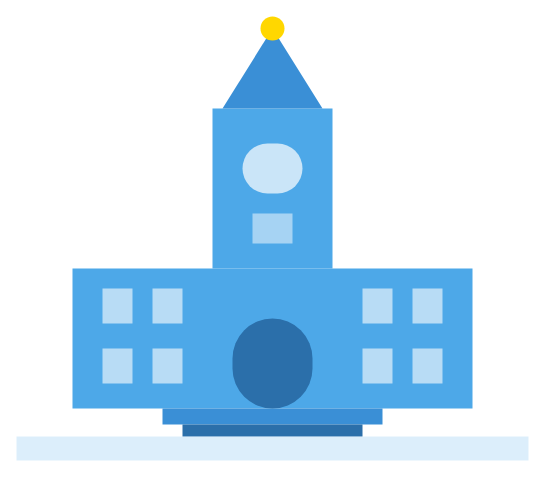
This is docs/pictures/logo/ico-design.drawio from Qintsg/SSPU-all-in-one, a draw.io file, before an edit. Source tidied: cells renumbered, new cells numbered last; positions are measured from the earlier drawing's top-left corner, leaving out a move shared by most shapes. Both pictures are drawn from the tidied source at 100%, with x=0, y=0 at pixel (16, 16).
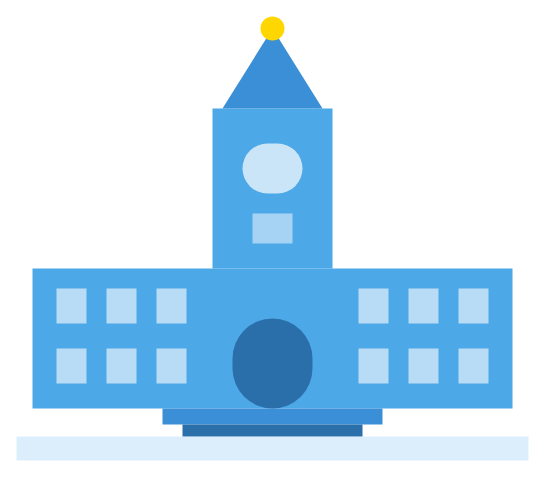
Above is the later version.

Diff of the diagram source:
```diff
@@
     <mxCell id="2" style="rounded=0;whiteSpace=wrap;html=1;fillColor=#4DA8E8;strokeColor=none;shadow=0;" parent="1" vertex="1">
-      <mxGeometry x="56" y="252" width="400" height="140" as="geometry" />
+      <mxGeometry x="16" y="252" width="480" height="140" as="geometry" />
     </mxCell>
@@
     <mxCell id="6" style="rounded=0;whiteSpace=wrap;html=1;fillColor=#FFFFFF;strokeColor=none;opacity=60;" parent="1" vertex="1">
-      <mxGeometry x="86" y="272" width="30" height="35" as="geometry" />
+      <mxGeometry x="40" y="272" width="30" height="35" as="geometry" />
     </mxCell>
     <mxCell id="7" style="rounded=0;whiteSpace=wrap;html=1;fillColor=#FFFFFF;strokeColor=none;opacity=60;" parent="1" vertex="1">
-      <mxGeometry x="136" y="272" width="30" height="35" as="geometry" />
+      <mxGeometry x="90" y="272" width="30" height="35" as="geometry" />
     </mxCell>
+    <mxCell id="20" style="rounded=0;whiteSpace=wrap;html=1;fillColor=#FFFFFF;strokeColor=none;opacity=60;" parent="1" vertex="1">
+      <mxGeometry x="140" y="272" width="30" height="35" as="geometry" />
+    </mxCell>
     <mxCell id="8" style="rounded=0;whiteSpace=wrap;html=1;fillColor=#FFFFFF;strokeColor=none;opacity=60;" parent="1" vertex="1">
-      <mxGeometry x="346" y="272" width="30" height="35" as="geometry" />
+      <mxGeometry x="342" y="272" width="30" height="35" as="geometry" />
     </mxCell>
     <mxCell id="9" style="rounded=0;whiteSpace=wrap;html=1;fillColor=#FFFFFF;strokeColor=none;opacity=60;" parent="1" vertex="1">
-      <mxGeometry x="396" y="272" width="30" height="35" as="geometry" />
+      <mxGeometry x="392" y="272" width="30" height="35" as="geometry" />
     </mxCell>
+    <mxCell id="21" style="rounded=0;whiteSpace=wrap;html=1;fillColor=#FFFFFF;strokeColor=none;opacity=60;" parent="1" vertex="1">
+      <mxGeometry x="442" y="272" width="30" height="35" as="geometry" />
+    </mxCell>
     <mxCell id="10" style="rounded=0;whiteSpace=wrap;html=1;fillColor=#FFFFFF;strokeColor=none;opacity=60;" parent="1" vertex="1">
-      <mxGeometry x="86" y="332" width="30" height="35" as="geometry" />
+      <mxGeometry x="40" y="332" width="30" height="35" as="geometry" />
     </mxCell>
     <mxCell id="11" style="rounded=0;whiteSpace=wrap;html=1;fillColor=#FFFFFF;strokeColor=none;opacity=60;" parent="1" vertex="1">
-      <mxGeometry x="136" y="332" width="30" height="35" as="geometry" />
+      <mxGeometry x="90" y="332" width="30" height="35" as="geometry" />
     </mxCell>
+    <mxCell id="22" style="rounded=0;whiteSpace=wrap;html=1;fillColor=#FFFFFF;strokeColor=none;opacity=60;" parent="1" vertex="1">
+      <mxGeometry x="140" y="332" width="30" height="35" as="geometry" />
+    </mxCell>
     <mxCell id="12" style="rounded=0;whiteSpace=wrap;html=1;fillColor=#FFFFFF;strokeColor=none;opacity=60;" parent="1" vertex="1">
-      <mxGeometry x="346" y="332" width="30" height="35" as="geometry" />
+      <mxGeometry x="342" y="332" width="30" height="35" as="geometry" />
     </mxCell>
     <mxCell id="13" style="rounded=0;whiteSpace=wrap;html=1;fillColor=#FFFFFF;strokeColor=none;opacity=60;" parent="1" vertex="1">
-      <mxGeometry x="396" y="332" width="30" height="35" as="geometry" />
+      <mxGeometry x="392" y="332" width="30" height="35" as="geometry" />
     </mxCell>
+    <mxCell id="23" style="rounded=0;whiteSpace=wrap;html=1;fillColor=#FFFFFF;strokeColor=none;opacity=60;" parent="1" vertex="1">
+      <mxGeometry x="442" y="332" width="30" height="35" as="geometry" />
+    </mxCell>
```
